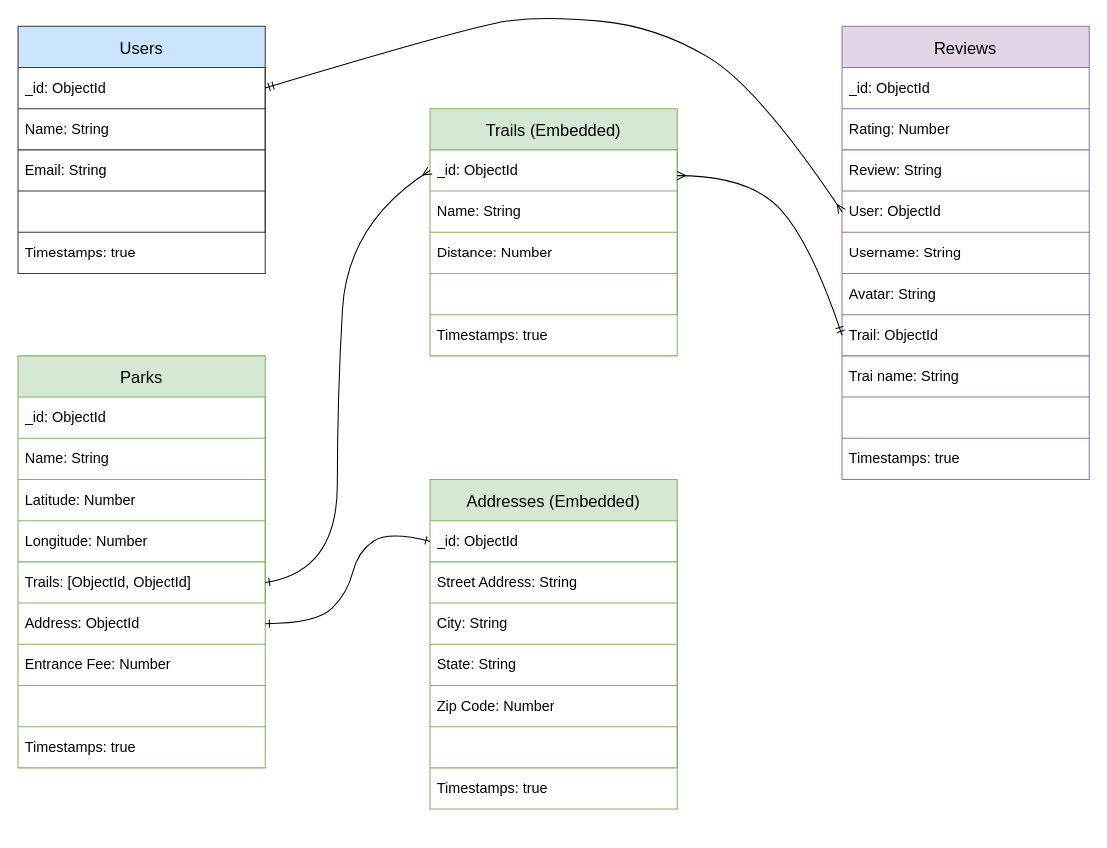
Earlier version of the draw.io diagram wireframes/drawio-files/ERD-reach.drawio (caitlinfcorrigan/MyTrails). Source tidied: cells renumbered, new cells numbered last; positions are measured from the earlier drawing's top-left corner, leaving out a move shared by most shapes. Both pictures are drawn from the tidied source at 103%, with x=0, y=0 at pixel (18, 15).
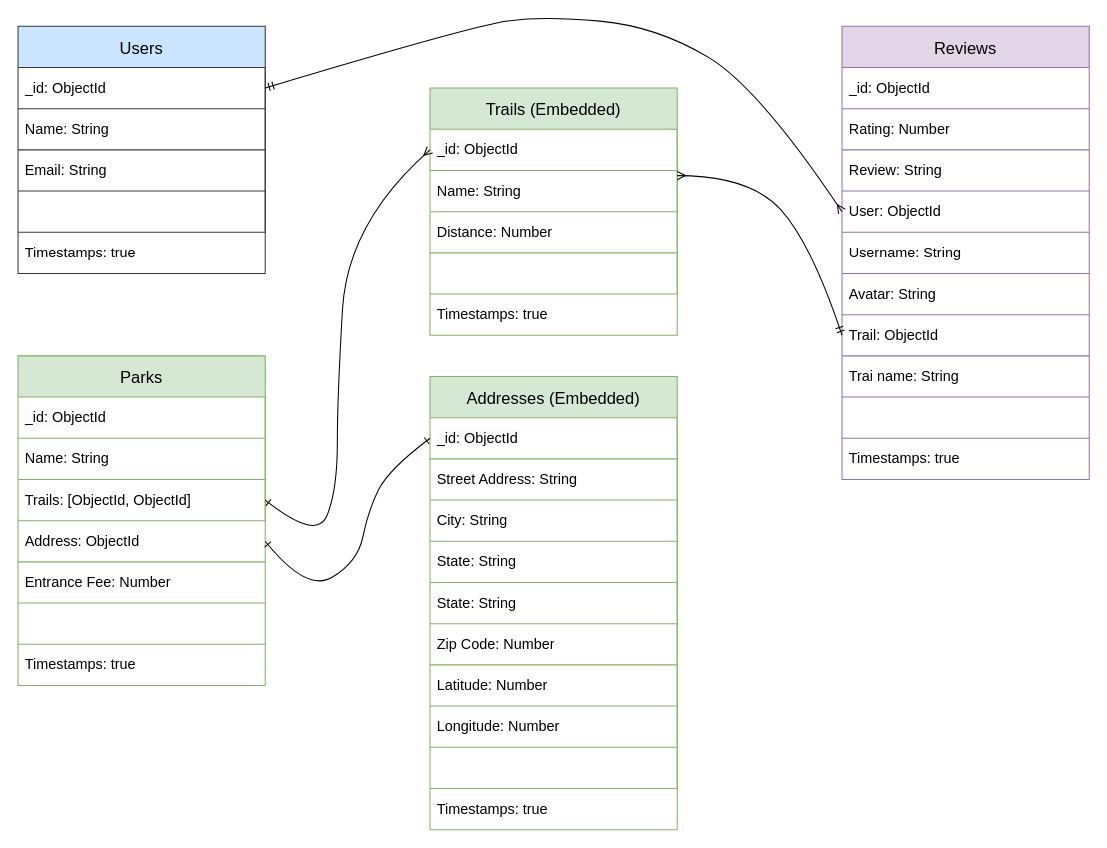
Above is the later version.

Commit message (it also covers changes not shown here):
creates trails schema with views to list and create parks

Unchanged cells that the change refers to:
```xml
<mxCell id="56" style="shape=tableRow;horizontal=0;startSize=0;swimlaneHead=0;swimlaneBody=0;top=0;left=0;bottom=0;right=0;fillColor=none;points=[[0,0.5],[1,0.5]];portConstraint=eastwest;" parent="55" vertex="1">
  <mxGeometry y="40" width="240" height="40" as="geometry" />
</mxCell>
<mxCell id="68" style="shape=tableRow;horizontal=0;startSize=0;swimlaneHead=0;swimlaneBody=0;top=0;left=0;bottom=0;right=0;fillColor=none;points=[[0,0.5],[1,0.5]];portConstraint=eastwest;" parent="67" vertex="1">
  <mxGeometry y="40" width="240" height="40" as="geometry" />
</mxCell>
```

Change to the diagram source:
```diff
@@
     <mxCell id="35" value="Parks" style="shape=table;startSize=40;childLayout=tableLayout;fontSize=16;fillColor=#d5e8d4;strokeColor=#82b366;" parent="1" vertex="1">
-      <mxGeometry y="330" width="240" height="400" as="geometry" />
+      <mxGeometry y="330" width="240" height="320" as="geometry" />
     </mxCell>
@@
-    <mxCell id="40" style="shape=tableRow;horizontal=0;startSize=0;swimlaneHead=0;swimlaneBody=0;top=0;left=0;bottom=0;right=0;fillColor=none;" parent="35" vertex="1">
-      <mxGeometry y="120" width="240" height="40" as="geometry" />
-    </mxCell>
-    <mxCell id="41" value="Latitude: Number" style="shape=partialRectangle;html=1;whiteSpace=wrap;overflow=hidden;fillColor=none;top=0;left=0;bottom=0;right=0;align=left;fontSize=14;spacingLeft=5;" parent="40" vertex="1">
-      <mxGeometry width="240" height="40" as="geometry" />
-    </mxCell>
-    <mxCell id="42" style="shape=tableRow;horizontal=0;startSize=0;swimlaneHead=0;swimlaneBody=0;top=0;left=0;bottom=0;right=0;fillColor=none;" parent="35" vertex="1">
-      <mxGeometry y="160" width="240" height="40" as="geometry" />
-    </mxCell>
-    <mxCell id="43" value="Longitude: Number" style="shape=partialRectangle;html=1;whiteSpace=wrap;overflow=hidden;fillColor=none;top=0;left=0;bottom=0;right=0;align=left;fontSize=14;spacingLeft=5;" parent="42" vertex="1">
-      <mxGeometry width="240" height="40" as="geometry" />
-    </mxCell>
     <mxCell id="44" style="shape=tableRow;horizontal=0;startSize=0;swimlaneHead=0;swimlaneBody=0;top=0;left=0;bottom=0;right=0;fillColor=none;points=[[0,0.5],[1,0.5]];portConstraint=eastwest;" parent="35" vertex="1">
-      <mxGeometry y="200" width="240" height="40" as="geometry" />
+      <mxGeometry y="120" width="240" height="40" as="geometry" />
     </mxCell>
@@
     <mxCell id="47" style="shape=tableRow;horizontal=0;startSize=0;swimlaneHead=0;swimlaneBody=0;top=0;left=0;bottom=0;right=0;fillColor=none;points=[[0,0.5],[1,0.5]];portConstraint=eastwest;" parent="35" vertex="1">
-      <mxGeometry y="240" width="240" height="40" as="geometry" />
+      <mxGeometry y="160" width="240" height="40" as="geometry" />
     </mxCell>
@@
     <mxCell id="49" style="shape=tableRow;horizontal=0;startSize=0;swimlaneHead=0;swimlaneBody=0;top=0;left=0;bottom=0;right=0;fillColor=none;" parent="35" vertex="1">
-      <mxGeometry y="280" width="240" height="40" as="geometry" />
+      <mxGeometry y="200" width="240" height="40" as="geometry" />
     </mxCell>
@@
-    <mxCell id="51" style="shape=tableRow;horizontal=0;startSize=0;swimlaneHead=0;swimlaneBody=0;top=0;left=0;bottom=0;right=0;fillColor=none;" parent="35" vertex="1">
-      <mxGeometry y="320" width="240" height="40" as="geometry" />
-    </mxCell>
+    <mxCell id="87" style="shape=tableRow;horizontal=0;startSize=0;swimlaneHead=0;swimlaneBody=0;top=0;left=0;bottom=0;right=0;fillColor=none;" parent="35" vertex="1">
+      <mxGeometry y="240" width="240" height="40" as="geometry" />
+    </mxCell>
-    <mxCell id="52" style="shape=partialRectangle;html=1;whiteSpace=wrap;overflow=hidden;fillColor=none;top=0;left=0;bottom=0;right=0;align=left;fontSize=14;spacingLeft=5;" parent="51" vertex="1">
+    <mxCell id="52" style="shape=partialRectangle;html=1;whiteSpace=wrap;overflow=hidden;fillColor=none;top=0;left=0;bottom=0;right=0;align=left;fontSize=14;spacingLeft=5;" parent="87" vertex="1">
       <mxGeometry width="240" height="40" as="geometry" />
     </mxCell>
-    <mxCell id="53" style="shape=tableRow;horizontal=0;startSize=0;swimlaneHead=0;swimlaneBody=0;top=0;left=0;bottom=0;right=0;fillColor=none;" parent="35" vertex="1">
-      <mxGeometry y="360" width="240" height="40" as="geometry" />
-    </mxCell>
+    <mxCell id="88" style="shape=tableRow;horizontal=0;startSize=0;swimlaneHead=0;swimlaneBody=0;top=0;left=0;bottom=0;right=0;fillColor=none;" parent="35" vertex="1">
+      <mxGeometry y="280" width="240" height="40" as="geometry" />
+    </mxCell>
-    <mxCell id="54" value="Timestamps: true" style="shape=partialRectangle;html=1;whiteSpace=wrap;overflow=hidden;fillColor=none;top=0;left=0;bottom=0;right=0;align=left;fontSize=14;spacingLeft=5;" parent="53" vertex="1">
+    <mxCell id="54" value="Timestamps: true" style="shape=partialRectangle;html=1;whiteSpace=wrap;overflow=hidden;fillColor=none;top=0;left=0;bottom=0;right=0;align=left;fontSize=14;spacingLeft=5;" parent="88" vertex="1">
       <mxGeometry width="240" height="40" as="geometry" />
     </mxCell>
     <mxCell id="55" value="Trails (Embedded)" style="shape=table;startSize=40;childLayout=tableLayout;fontSize=16;labelBackgroundColor=none;fillColor=#d5e8d4;gradientColor=none;strokeColor=#82b366;" parent="1" vertex="1">
-      <mxGeometry x="400" y="90" width="240" height="240" as="geometry" />
+      <mxGeometry x="400" y="70" width="240" height="240" as="geometry" />
     </mxCell>
@@
     <mxCell id="67" value="Addresses (Embedded)" style="shape=table;startSize=40;childLayout=tableLayout;fontSize=16;fillColor=#d5e8d4;gradientColor=none;strokeColor=#82b366;" parent="1" vertex="1">
-      <mxGeometry x="400" y="450" width="240" height="320" as="geometry" />
+      <mxGeometry x="400" y="350" width="240" height="440" as="geometry" />
     </mxCell>
@@
+    <mxCell id="42" style="shape=tableRow;horizontal=0;startSize=0;swimlaneHead=0;swimlaneBody=0;top=0;left=0;bottom=0;right=0;fillColor=none;" parent="67" vertex="1">
+      <mxGeometry y="160" width="240" height="40" as="geometry" />
+    </mxCell>
+    <mxCell id="89" value="State: String" style="shape=partialRectangle;html=1;whiteSpace=wrap;overflow=hidden;fillColor=none;top=0;left=0;bottom=0;right=0;align=left;fontSize=14;spacingLeft=5;" parent="42" vertex="1">
+      <mxGeometry width="240" height="40" as="geometry" />
+    </mxCell>
     <mxCell id="74" style="shape=tableRow;horizontal=0;startSize=0;swimlaneHead=0;swimlaneBody=0;top=0;left=0;bottom=0;right=0;fillColor=none;" parent="67" vertex="1">
-      <mxGeometry y="160" width="240" height="40" as="geometry" />
+      <mxGeometry y="200" width="240" height="40" as="geometry" />
     </mxCell>
@@
     <mxCell id="76" style="shape=tableRow;horizontal=0;startSize=0;swimlaneHead=0;swimlaneBody=0;top=0;left=0;bottom=0;right=0;fillColor=none;" parent="67" vertex="1">
-      <mxGeometry y="200" width="240" height="40" as="geometry" />
+      <mxGeometry y="240" width="240" height="40" as="geometry" />
     </mxCell>
@@
+    <mxCell id="90" style="shape=tableRow;horizontal=0;startSize=0;swimlaneHead=0;swimlaneBody=0;top=0;left=0;bottom=0;right=0;fillColor=none;" parent="67" vertex="1">
+      <mxGeometry y="280" width="240" height="40" as="geometry" />
+    </mxCell>
+    <mxCell id="41" value="Latitude: Number" style="shape=partialRectangle;html=1;whiteSpace=wrap;overflow=hidden;fillColor=none;top=0;left=0;bottom=0;right=0;align=left;fontSize=14;spacingLeft=5;" parent="90" vertex="1">
+      <mxGeometry width="240" height="40" as="geometry" />
+    </mxCell>
+    <mxCell id="51" style="shape=tableRow;horizontal=0;startSize=0;swimlaneHead=0;swimlaneBody=0;top=0;left=0;bottom=0;right=0;fillColor=none;" parent="67" vertex="1">
+      <mxGeometry y="320" width="240" height="40" as="geometry" />
+    </mxCell>
+    <mxCell id="43" value="Longitude: Number" style="shape=partialRectangle;html=1;whiteSpace=wrap;overflow=hidden;fillColor=none;top=0;left=0;bottom=0;right=0;align=left;fontSize=14;spacingLeft=5;" parent="51" vertex="1">
+      <mxGeometry width="240" height="40" as="geometry" />
+    </mxCell>
     <mxCell id="78" style="shape=tableRow;horizontal=0;startSize=0;swimlaneHead=0;swimlaneBody=0;top=0;left=0;bottom=0;right=0;fillColor=none;" parent="67" vertex="1">
-      <mxGeometry y="240" width="240" height="40" as="geometry" />
+      <mxGeometry y="360" width="240" height="40" as="geometry" />
     </mxCell>
@@
     <mxCell id="81" style="shape=tableRow;horizontal=0;startSize=0;swimlaneHead=0;swimlaneBody=0;top=0;left=0;bottom=0;right=0;fillColor=none;" parent="67" vertex="1">
-      <mxGeometry y="280" width="240" height="40" as="geometry" />
+      <mxGeometry y="400" width="240" height="40" as="geometry" />
     </mxCell>
@@
     <mxCell id="83" style="curved=1;endArrow=ERmany;html=1;fontSize=14;entryX=0;entryY=0.5;entryDx=0;entryDy=0;endFill=0;startArrow=ERone;startFill=0;exitX=1;exitY=0.5;exitDx=0;exitDy=0;" parent="1" edge="1" source="44" target="56">
       <mxGeometry relative="1" as="geometry">
         <Array as="points">
-          <mxPoint x="310" y="540" />
+          <mxPoint x="290" y="510" />
+          <mxPoint x="310" y="460" />
           <mxPoint x="310" y="370" />
           <mxPoint x="320" y="200" />
         </Array>
       </mxGeometry>
     </mxCell>
@@
-    <mxCell id="85" style="curved=1;endArrow=ERone;html=1;fontSize=14;entryX=0;entryY=0.5;entryDx=0;entryDy=0;endFill=0;startArrow=ERone;startFill=0;" parent="1" edge="1" target="68">
+    <mxCell id="85" style="curved=1;endArrow=ERone;html=1;fontSize=14;entryX=0;entryY=0.5;entryDx=0;entryDy=0;endFill=0;startArrow=ERone;startFill=0;exitX=1;exitY=0.5;exitDx=0;exitDy=0;" parent="1" edge="1" source="47" target="68">
       <mxGeometry relative="1" as="geometry">
-        <mxPoint x="240" y="590" as="sourcePoint" />
         <Array as="points">
-          <mxPoint x="290" y="590" />
-          <mxPoint x="320" y="560" />
-          <mxPoint x="330" y="520" />
-          <mxPoint x="360" y="500" />
+          <mxPoint x="280" y="560" />
+          <mxPoint x="330" y="530" />
+          <mxPoint x="340" y="480" />
+          <mxPoint x="360" y="440" />
         </Array>
       </mxGeometry>
     </mxCell>
```
